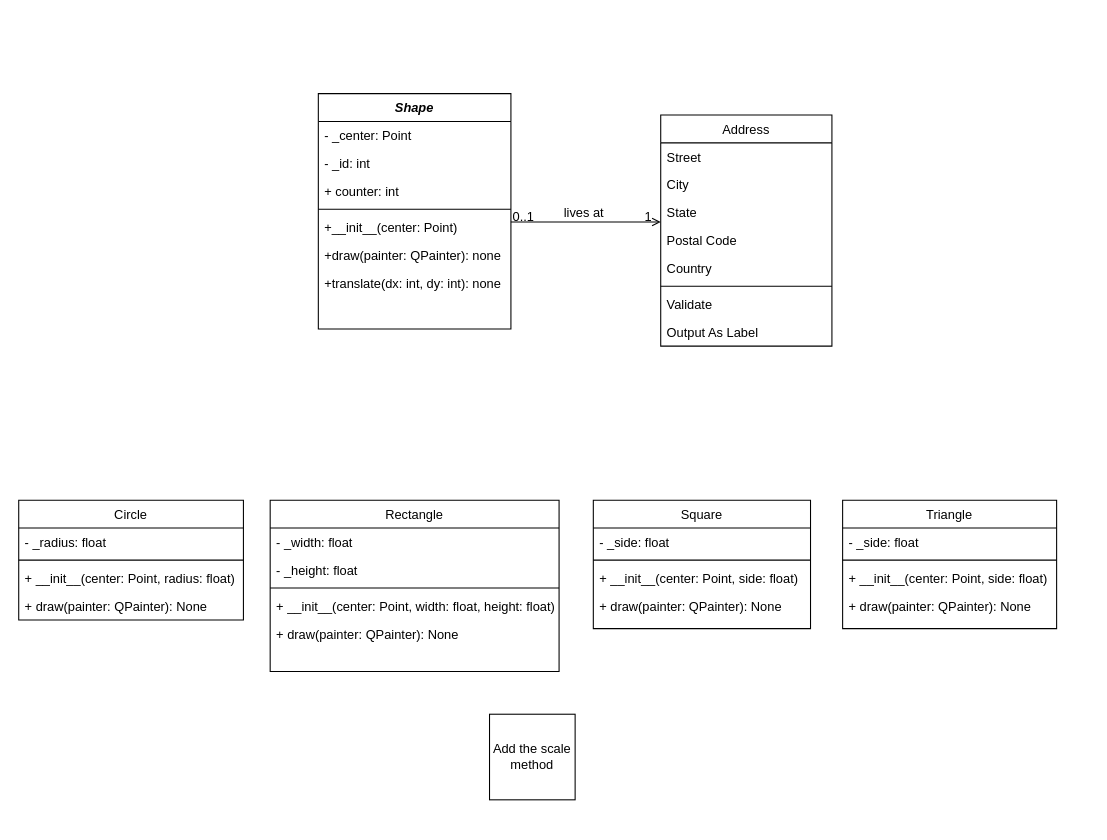
This is assignment-I/minicad.drawio from ashuftw/SS23-SSE, a draw.io file, before an edit. Source tidied: cells renumbered, new cells numbered last; positions are measured from the earlier drawing's top-left corner, leaving out a move shared by most shapes. Both pictures are drawn from the tidied source at 107%, with x=0, y=0 at pixel (18, 93).
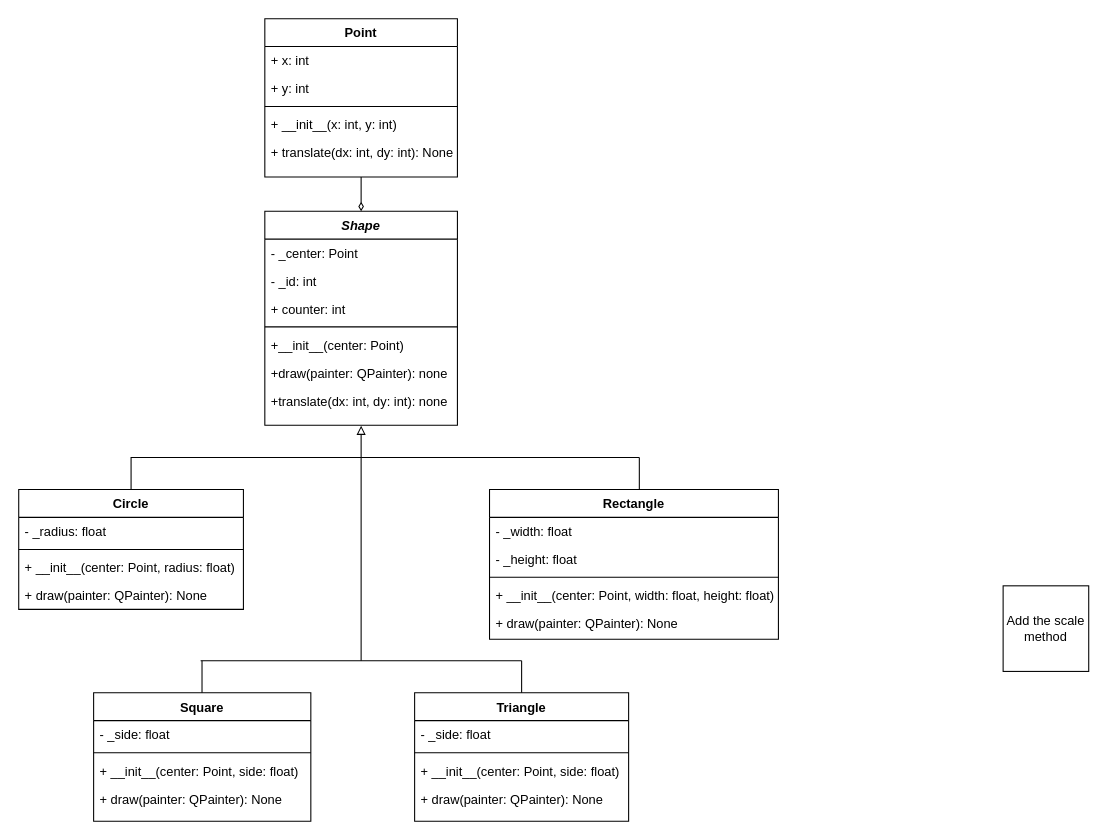
Above is the later version.

Diff of the diagram source:
```diff
@@
     <mxCell id="2" value="Shape" style="swimlane;fontStyle=3;align=center;verticalAlign=top;horizontal=1;startSize=26;rounded=0;shadow=0;strokeWidth=1;" parent="1" vertex="1">
-      <mxGeometry x="280" width="180" height="220" as="geometry" />
+      <mxGeometry x="230" y="110" width="180" height="200" as="geometry" />
     </mxCell>
@@
     <mxCell id="10" value="&#10;" style="text;align=left;verticalAlign=top;spacingLeft=4;spacingRight=4;overflow=hidden;points=[[0,0.5],[1,0.5]];portConstraint=eastwest;" parent="2" vertex="1">
-      <mxGeometry y="190" width="180" height="26" as="geometry" />
+      <mxGeometry y="190" width="180" height="10" as="geometry" />
     </mxCell>
+    <mxCell id="46" style="edgeStyle=orthogonalEdgeStyle;rounded=0;jettySize=auto;html=1;exitX=0.5;exitY=0;exitDx=0;exitDy=0;entryX=0.5;entryY=1.033;entryDx=0;entryDy=0;entryPerimeter=0;endArrow=block;endFill=0;" parent="1" edge="1" source="11" target="10">
+      <mxGeometry relative="1" as="geometry" />
+    </mxCell>
-    <mxCell id="11" value="Circle" style="swimlane;fontStyle=0;align=center;verticalAlign=top;horizontal=1;startSize=26;rounded=0;shadow=0;strokeWidth=1;" parent="1" vertex="1">
-      <mxGeometry y="380" width="210" height="112" as="geometry" />
+    <mxCell id="11" value="Circle" style="swimlane;fontStyle=1;align=center;verticalAlign=top;horizontal=1;startSize=26;rounded=0;shadow=0;strokeWidth=1;" parent="1" vertex="1">
+      <mxGeometry y="370" width="210" height="112" as="geometry" />
     </mxCell>
@@
-    <mxCell id="16" value="Address" style="swimlane;fontStyle=0;align=center;verticalAlign=top;horizontal=1;startSize=26;rounded=0;shadow=0;strokeWidth=1;" parent="1" vertex="1">
-      <mxGeometry x="600" y="20" width="160" height="216" as="geometry" />
-    </mxCell>
-    <mxCell id="17" value="Street" style="text;align=left;verticalAlign=top;spacingLeft=4;spacingRight=4;overflow=hidden;" parent="16" vertex="1">
-      <mxGeometry y="26" width="160" height="26" as="geometry" />
-    </mxCell>
-    <mxCell id="18" value="City" style="text;align=left;verticalAlign=top;spacingLeft=4;spacingRight=4;overflow=hidden;rounded=0;shadow=0;html=0;" parent="16" vertex="1">
-      <mxGeometry y="52" width="160" height="26" as="geometry" />
-    </mxCell>
-    <mxCell id="19" value="State" style="text;align=left;verticalAlign=top;spacingLeft=4;spacingRight=4;overflow=hidden;rounded=0;shadow=0;html=0;" parent="16" vertex="1">
-      <mxGeometry y="78" width="160" height="26" as="geometry" />
-    </mxCell>
-    <mxCell id="20" value="Postal Code" style="text;align=left;verticalAlign=top;spacingLeft=4;spacingRight=4;overflow=hidden;rounded=0;shadow=0;html=0;" parent="16" vertex="1">
-      <mxGeometry y="104" width="160" height="26" as="geometry" />
-    </mxCell>
-    <mxCell id="21" value="Country" style="text;align=left;verticalAlign=top;spacingLeft=4;spacingRight=4;overflow=hidden;rounded=0;shadow=0;html=0;" parent="16" vertex="1">
-      <mxGeometry y="130" width="160" height="26" as="geometry" />
-    </mxCell>
-    <mxCell id="22" style="line;html=1;strokeWidth=1;align=left;verticalAlign=middle;spacingTop=-1;spacingLeft=3;spacingRight=3;labelPosition=right;" parent="16" vertex="1">
-      <mxGeometry y="156" width="160" height="8" as="geometry" />
-    </mxCell>
-    <mxCell id="23" value="Validate" style="text;align=left;verticalAlign=top;spacingLeft=4;spacingRight=4;overflow=hidden;" parent="16" vertex="1">
-      <mxGeometry y="164" width="160" height="26" as="geometry" />
-    </mxCell>
-    <mxCell id="24" value="Output As Label" style="text;align=left;verticalAlign=top;spacingLeft=4;spacingRight=4;overflow=hidden;" parent="16" vertex="1">
-      <mxGeometry y="190" width="160" height="26" as="geometry" />
-    </mxCell>
-    <mxCell id="25" style="endArrow=open;shadow=0;strokeWidth=1;rounded=0;endFill=1;edgeStyle=elbowEdgeStyle;elbow=vertical;" parent="1" edge="1" source="2" target="16">
-      <mxGeometry x="0.5" y="41" relative="1" as="geometry">
-        <mxPoint x="-40" y="32" as="offset" />
-      </mxGeometry>
-    </mxCell>
-    <mxCell id="26" value="0..1" style="align=left;verticalAlign=bottom;labelBackgroundColor=none;fontSize=12;" parent="25" vertex="1">
-      <mxGeometry x="-1" relative="1" as="geometry">
-        <mxPoint y="4" as="offset" />
-      </mxGeometry>
-    </mxCell>
-    <mxCell id="27" value="1" style="align=right;verticalAlign=bottom;labelBackgroundColor=none;fontSize=12;" parent="25" vertex="1">
-      <mxGeometry x="1" relative="1" as="geometry">
-        <mxPoint x="-7" y="4" as="offset" />
-      </mxGeometry>
-    </mxCell>
-    <mxCell id="28" value="lives at" style="text;html=1;align=center;verticalAlign=middle;labelBackgroundColor=none;rounded=0;shadow=0;strokeWidth=1;fontSize=12;" parent="25" vertex="1">
-      <mxGeometry x="0.5" y="49" relative="1" as="geometry">
-        <mxPoint x="-38" y="40" as="offset" />
-      </mxGeometry>
-    </mxCell>
     <mxCell id="29" value="Add the scale method" style="whiteSpace=wrap;html=1;" parent="1" vertex="1">
-      <mxGeometry x="440" y="580" width="80" height="80" as="geometry" />
+      <mxGeometry x="920" y="460" width="80" height="80" as="geometry" />
     </mxCell>
-    <mxCell id="30" value="Rectangle" style="swimlane;fontStyle=0;align=center;verticalAlign=top;horizontal=1;startSize=26;rounded=0;shadow=0;strokeWidth=1;" parent="1" vertex="1">
-      <mxGeometry x="235" y="380" width="270" height="160" as="geometry" />
+    <mxCell id="30" value="Rectangle" style="swimlane;fontStyle=1;align=center;verticalAlign=top;horizontal=1;startSize=26;rounded=0;shadow=0;strokeWidth=1;" parent="1" vertex="1">
+      <mxGeometry x="440" y="370" width="270" height="140" as="geometry" />
     </mxCell>
@@
-    <mxCell id="36" value="Square" style="swimlane;fontStyle=0;align=center;verticalAlign=top;horizontal=1;startSize=26;rounded=0;shadow=0;strokeWidth=1;" parent="1" vertex="1">
-      <mxGeometry x="537" y="380" width="203" height="120" as="geometry" />
+    <mxCell id="36" value="Square" style="swimlane;fontStyle=1;align=center;verticalAlign=top;horizontal=1;startSize=26;rounded=0;shadow=0;strokeWidth=1;" parent="1" vertex="1">
+      <mxGeometry x="70" y="560" width="203" height="120" as="geometry" />
     </mxCell>
@@
-    <mxCell id="41" value="Triangle" style="swimlane;fontStyle=0;align=center;verticalAlign=top;horizontal=1;startSize=26;rounded=0;shadow=0;strokeWidth=1;" parent="1" vertex="1">
-      <mxGeometry x="770" y="380" width="200" height="120" as="geometry" />
+    <mxCell id="41" value="Triangle" style="swimlane;fontStyle=1;align=center;verticalAlign=top;horizontal=1;startSize=26;rounded=0;shadow=0;strokeWidth=1;" parent="1" vertex="1">
+      <mxGeometry x="370" y="560" width="200" height="120" as="geometry" />
     </mxCell>
@@
+    <mxCell id="47" value="&amp;nbsp;" style="text;whiteSpace=wrap;html=1;" parent="1" vertex="1">
+      <mxGeometry x="330" y="360" width="40" height="40" as="geometry" />
+    </mxCell>
+    <mxCell id="48" style="endArrow=none;html=1;rounded=0;" parent="1" edge="1">
+      <mxGeometry relative="1" as="geometry">
+        <mxPoint x="580" y="340" as="sourcePoint" />
+        <mxPoint x="320" y="340" as="targetPoint" />
+      </mxGeometry>
+    </mxCell>
+    <mxCell id="49" style="endArrow=none;html=1;rounded=0;" parent="1" edge="1">
+      <mxGeometry relative="1" as="geometry">
+        <mxPoint x="580" y="370" as="sourcePoint" />
+        <mxPoint x="580" y="340" as="targetPoint" />
+      </mxGeometry>
+    </mxCell>
+    <mxCell id="50" style="endArrow=none;html=1;rounded=0;" parent="1" edge="1">
+      <mxGeometry relative="1" as="geometry">
+        <mxPoint x="320" y="530" as="sourcePoint" />
+        <mxPoint x="320" y="340" as="targetPoint" />
+      </mxGeometry>
+    </mxCell>
+    <mxCell id="51" style="endArrow=none;html=1;rounded=0;" parent="1" edge="1">
+      <mxGeometry relative="1" as="geometry">
+        <mxPoint x="171.3" y="560" as="sourcePoint" />
+        <mxPoint x="171.3" y="530" as="targetPoint" />
+      </mxGeometry>
+    </mxCell>
+    <mxCell id="52" style="endArrow=none;html=1;rounded=0;" parent="1" edge="1">
+      <mxGeometry relative="1" as="geometry">
+        <mxPoint x="470" y="530" as="sourcePoint" />
+        <mxPoint x="170" y="530" as="targetPoint" />
+      </mxGeometry>
+    </mxCell>
+    <mxCell id="53" style="endArrow=none;html=1;rounded=0;exitX=0.5;exitY=0;exitDx=0;exitDy=0;" parent="1" edge="1" source="41">
+      <mxGeometry relative="1" as="geometry">
+        <mxPoint x="470" y="530" as="targetPoint" />
+      </mxGeometry>
+    </mxCell>
+    <mxCell id="54" value="Point" style="swimlane;fontStyle=1;align=center;verticalAlign=top;horizontal=1;startSize=26;rounded=0;shadow=0;strokeWidth=1;" parent="1" vertex="1">
+      <mxGeometry x="230" y="-70" width="180" height="148" as="geometry" />
+    </mxCell>
+    <mxCell id="55" value="+ x: int&#10;" style="text;align=left;verticalAlign=top;spacingLeft=4;spacingRight=4;overflow=hidden;" parent="54" vertex="1">
+      <mxGeometry y="26" width="180" height="26" as="geometry" />
+    </mxCell>
+    <mxCell id="56" value="+ y: int&#10;&#10;" style="text;align=left;verticalAlign=top;spacingLeft=4;spacingRight=4;overflow=hidden;rounded=0;shadow=0;html=0;" parent="54" vertex="1">
+      <mxGeometry y="52" width="180" height="26" as="geometry" />
+    </mxCell>
+    <mxCell id="57" style="line;html=1;strokeWidth=1;align=left;verticalAlign=middle;spacingTop=-1;spacingLeft=3;spacingRight=3;labelPosition=right;" parent="54" vertex="1">
+      <mxGeometry y="78" width="180" height="8" as="geometry" />
+    </mxCell>
+    <mxCell id="58" value="+ __init__(x: int, y: int)&#10;" style="text;align=left;verticalAlign=top;spacingLeft=4;spacingRight=4;overflow=hidden;" parent="54" vertex="1">
+      <mxGeometry y="86" width="180" height="26" as="geometry" />
+    </mxCell>
+    <mxCell id="59" value="+ translate(dx: int, dy: int): None" style="text;align=left;verticalAlign=top;spacingLeft=4;spacingRight=4;overflow=hidden;" parent="54" vertex="1">
+      <mxGeometry y="112" width="180" height="26" as="geometry" />
+    </mxCell>
+    <mxCell id="60" value="&#10;" style="text;align=left;verticalAlign=top;spacingLeft=4;spacingRight=4;overflow=hidden;" parent="54" vertex="1">
+      <mxGeometry y="138" width="180" height="10" as="geometry" />
+    </mxCell>
+    <mxCell id="61" style="endArrow=none;html=1;rounded=0;entryX=0.5;entryY=1;entryDx=0;entryDy=0;startArrow=diamondThin;startFill=0;" parent="1" edge="1" target="54">
+      <mxGeometry relative="1" as="geometry">
+        <mxPoint x="320" y="110" as="sourcePoint" />
+      </mxGeometry>
+    </mxCell>
```
